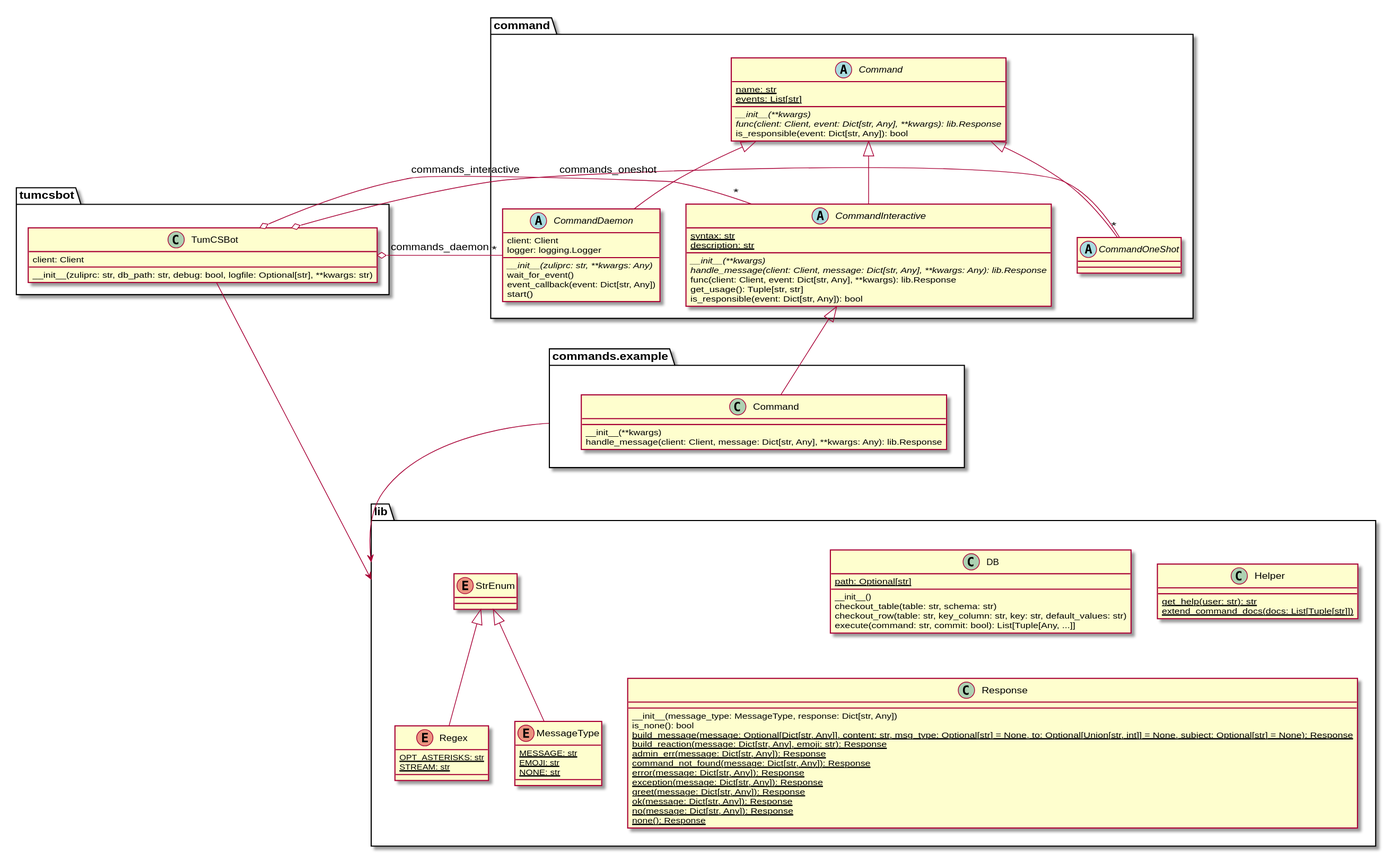
ro-i/tumcsbot keeps this PlantUML diagram as class_diagram.svg. Above is the earlier version.
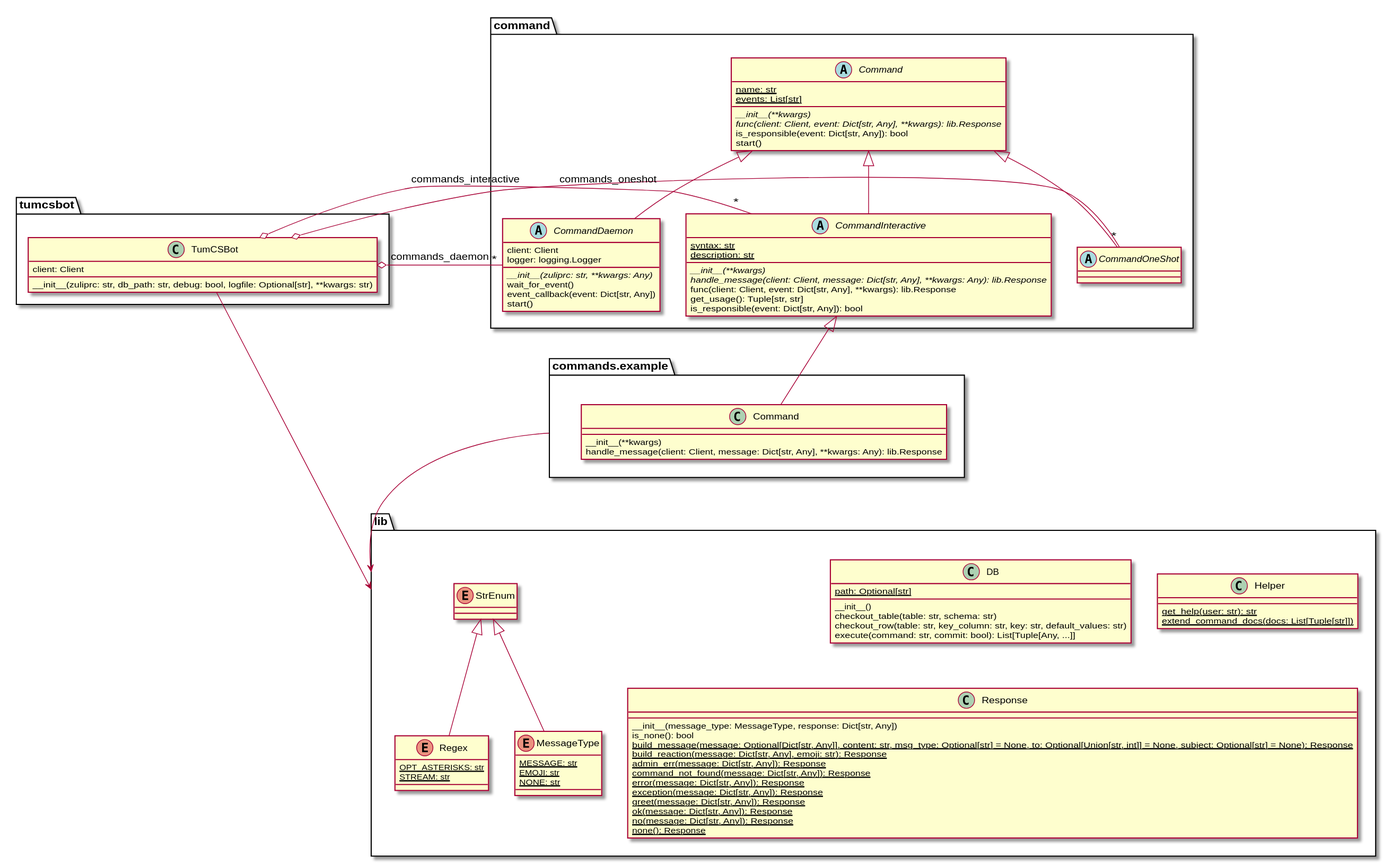
Later version of the same file.

Change to the diagram source:
```diff
@@ -16,6 +16,7 @@
 {abstract} __init__(**kwargs)
 {abstract} func(client: Client, event: Dict[str, Any], **kwargs): lib.Response
 is_responsible(event: Dict[str, Any]): bool
+start()
 }
 
 abstract class command.CommandDaemon extends command.Command {
```
